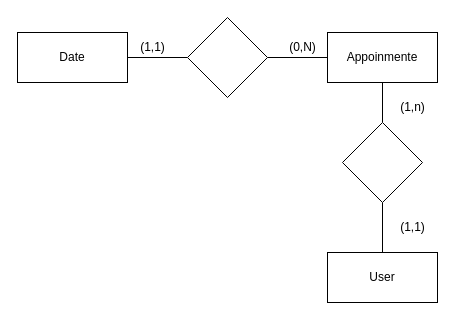
Above: page "Página-1" (1 of 2) of docs/entities.drawio in Jose-GuilhermeG/hairAppointment (draw.io), before the change. Source tidied: cells renumbered, new cells numbered last; positions are measured from the earlier drawing's top-left corner, leaving out a move shared by most shapes. Both pictures are drawn from the tidied source at 100%, with x=0, y=0 at pixel (17, 17).
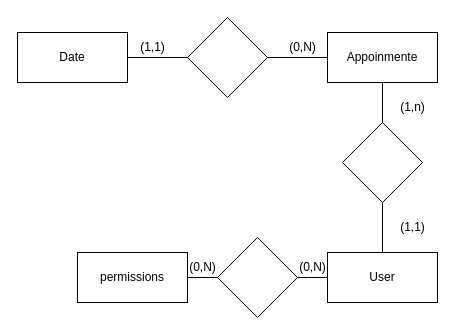
The same page after the edit.

The change refers to these unchanged cells:
```xml
<mxCell id="9" value="User" style="html=1;whiteSpace=wrap;" parent="1" vertex="1">
  <mxGeometry x="310" y="235" width="110" height="50" as="geometry" />
</mxCell>
```

The edit, as a diff of the source:
```diff
@@
+    <mxCell id="15" style="edgeStyle=none;html=1;endArrow=none;endFill=0;" parent="1" edge="1" source="9" target="18">
+      <mxGeometry relative="1" as="geometry" />
+    </mxCell>
@@
+    <mxCell id="16" style="edgeStyle=none;html=1;endArrow=none;endFill=0;" parent="1" edge="1" source="17" target="18">
+      <mxGeometry relative="1" as="geometry" />
+    </mxCell>
+    <mxCell id="17" value="permissions" style="html=1;whiteSpace=wrap;" parent="1" vertex="1">
+      <mxGeometry x="60" y="235" width="110" height="50" as="geometry" />
+    </mxCell>
+    <mxCell id="18" style="rhombus;whiteSpace=wrap;html=1;" parent="1" vertex="1">
+      <mxGeometry x="200" y="220" width="80" height="80" as="geometry" />
+    </mxCell>
+    <mxCell id="19" value="(0,N)" style="text;html=1;align=center;verticalAlign=middle;strokeColor=none;fillColor=none;" parent="1" vertex="1">
+      <mxGeometry x="270" y="235" width="50" height="30" as="geometry" />
+    </mxCell>
+    <mxCell id="20" value="(0,N)" style="text;html=1;align=center;verticalAlign=middle;strokeColor=none;fillColor=none;" parent="1" vertex="1">
+      <mxGeometry x="160" y="235" width="50" height="30" as="geometry" />
+    </mxCell>
```
